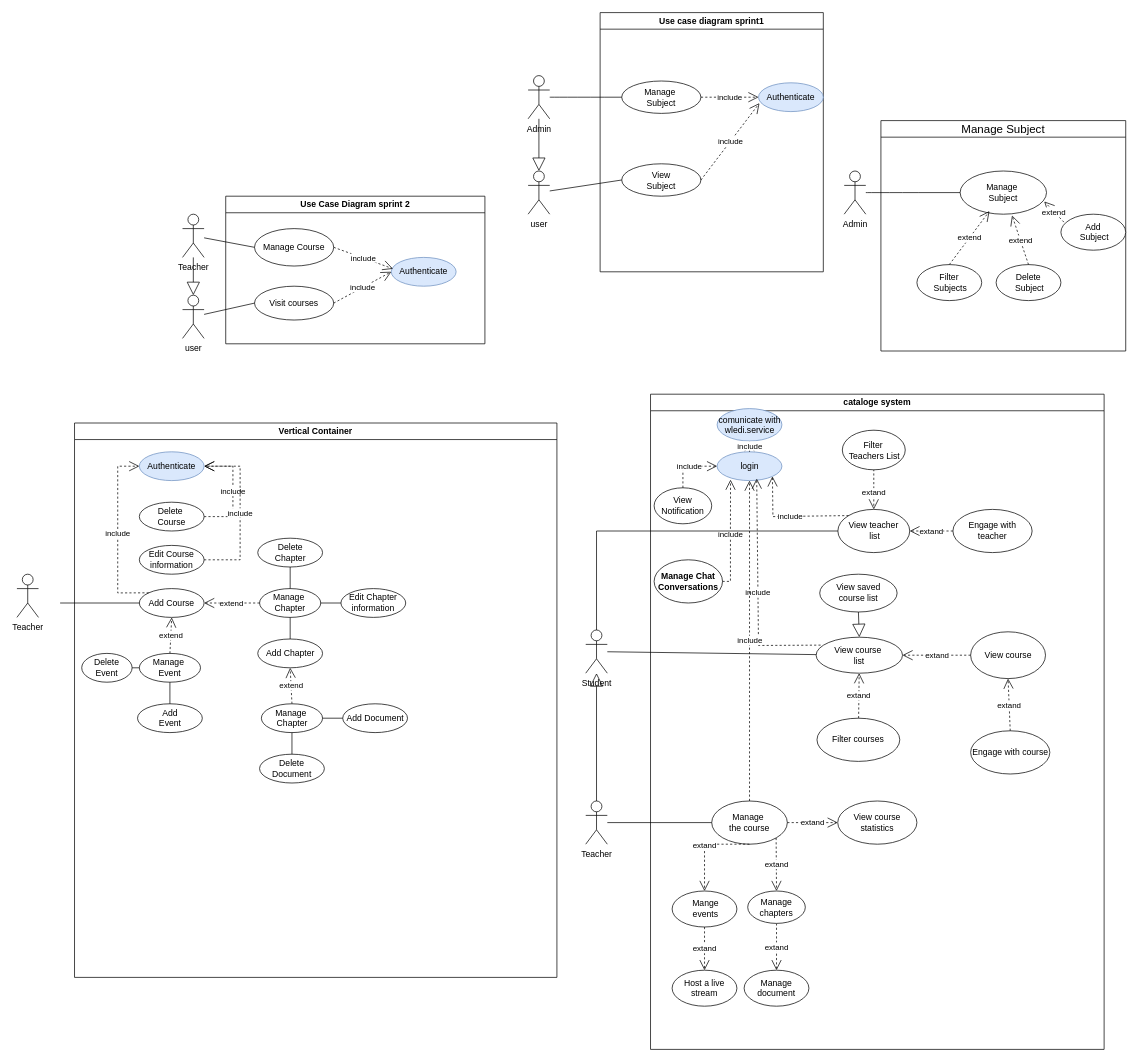
The draw.io diagram use_case_catalog.drawio in faresUnderScore999/test1.0, before the edit. Source tidied: cells renumbered, new cells numbered last; positions are measured from the earlier drawing's top-left corner, leaving out a move shared by most shapes. Both pictures are drawn from the tidied source at 72%, with x=0, y=0 at pixel (17, 12).
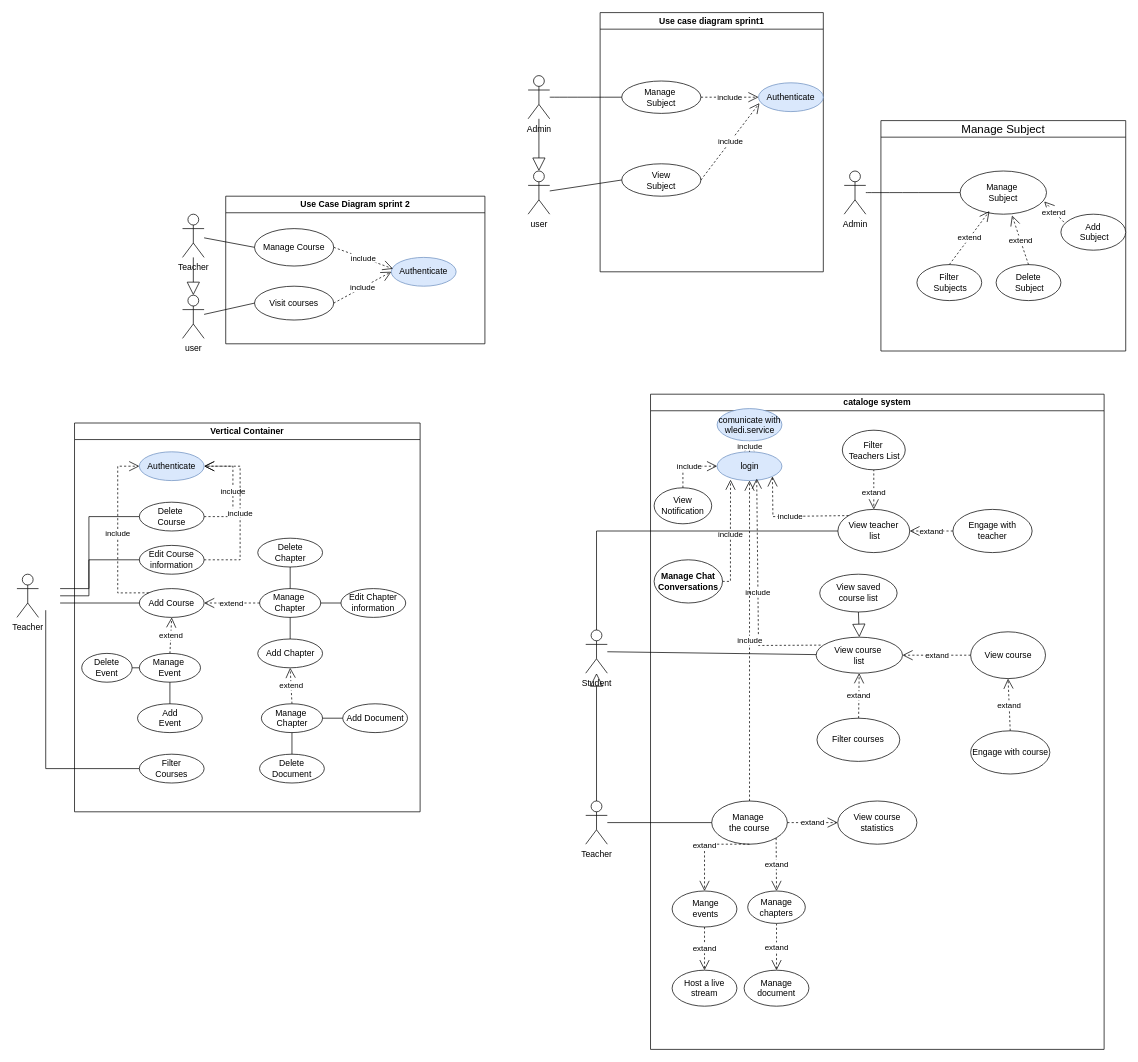
Above is the later version.

Commit message:
Mettre à jour use_case_catalog.drawio

Unchanged cells that the change refers to:
```xml
<mxCell id="81" value="Edit&amp;nbsp;&lt;span style=&quot;background-color: initial;&quot;&gt;Course&lt;/span&gt;&lt;div&gt;&lt;span style=&quot;background-color: initial;&quot;&gt;information&lt;/span&gt;&lt;/div&gt;" style="ellipse;whiteSpace=wrap;html=1;" parent="77" vertex="1">
  <mxGeometry x="90" y="170" width="90" height="40" as="geometry" />
</mxCell>
```

The edit, as a diff of the source:
```diff
@@
     <mxCell id="77" value="Vertical Container" style="swimlane;whiteSpace=wrap;html=1;" parent="1" vertex="1">
-      <mxGeometry x="80" y="570" width="670" height="770" as="geometry" />
+      <mxGeometry x="80" y="570" width="480" height="540" as="geometry" />
     </mxCell>
@@
+    <mxCell id="107" style="endArrow=none;html=1;rounded=0;entryX=0;entryY=0.5;entryDx=0;entryDy=0;" parent="77" edge="1" target="81">
+      <mxGeometry relative="1" as="geometry">
+        <mxPoint x="-20" y="230" as="sourcePoint" />
+        <Array as="points">
+          <mxPoint x="20" y="230" />
+          <mxPoint x="20" y="190" />
+        </Array>
+      </mxGeometry>
+    </mxCell>
+    <mxCell id="108" style="endArrow=none;html=1;rounded=0;entryX=0;entryY=0.5;entryDx=0;entryDy=0;" parent="77" edge="1">
+      <mxGeometry relative="1" as="geometry">
+        <mxPoint x="-20" y="240" as="sourcePoint" />
+        <mxPoint x="90" y="130" as="targetPoint" />
+        <Array as="points">
+          <mxPoint x="20" y="240" />
+          <mxPoint x="20" y="130" />
+        </Array>
+      </mxGeometry>
+    </mxCell>
+    <mxCell id="109" value="Filter&lt;div&gt;Courses&lt;/div&gt;" style="ellipse;whiteSpace=wrap;html=1;" parent="77" vertex="1">
+      <mxGeometry x="90" y="460" width="90" height="40" as="geometry" />
+    </mxCell>
+    <mxCell id="110" style="endArrow=none;html=1;rounded=0;entryX=0;entryY=0.5;entryDx=0;entryDy=0;" parent="77" edge="1" target="109">
+      <mxGeometry relative="1" as="geometry">
+        <mxPoint x="-40" y="260" as="sourcePoint" />
+        <Array as="points">
+          <mxPoint x="-40" y="480" />
+        </Array>
+      </mxGeometry>
+    </mxCell>
```
